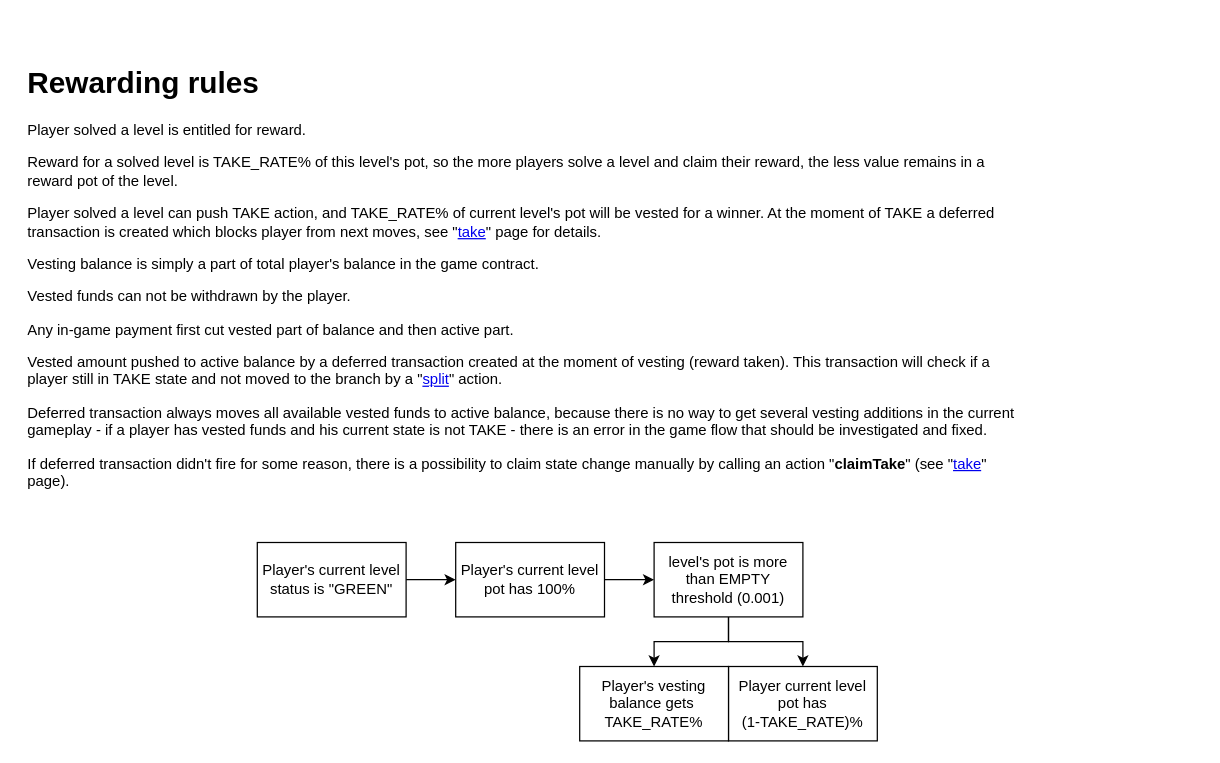
The draw.io diagram page "rewarding" (10 of 13) of ia/WOFFLER IA.drawio in cptn-solo/woffler_contract, before the edit. Source tidied: cells renumbered, new cells numbered last; positions are measured from the earlier drawing's top-left corner, leaving out a move shared by most shapes. Both pictures are drawn from the tidied source at 124%, with x=0, y=0 at pixel (21, 58).
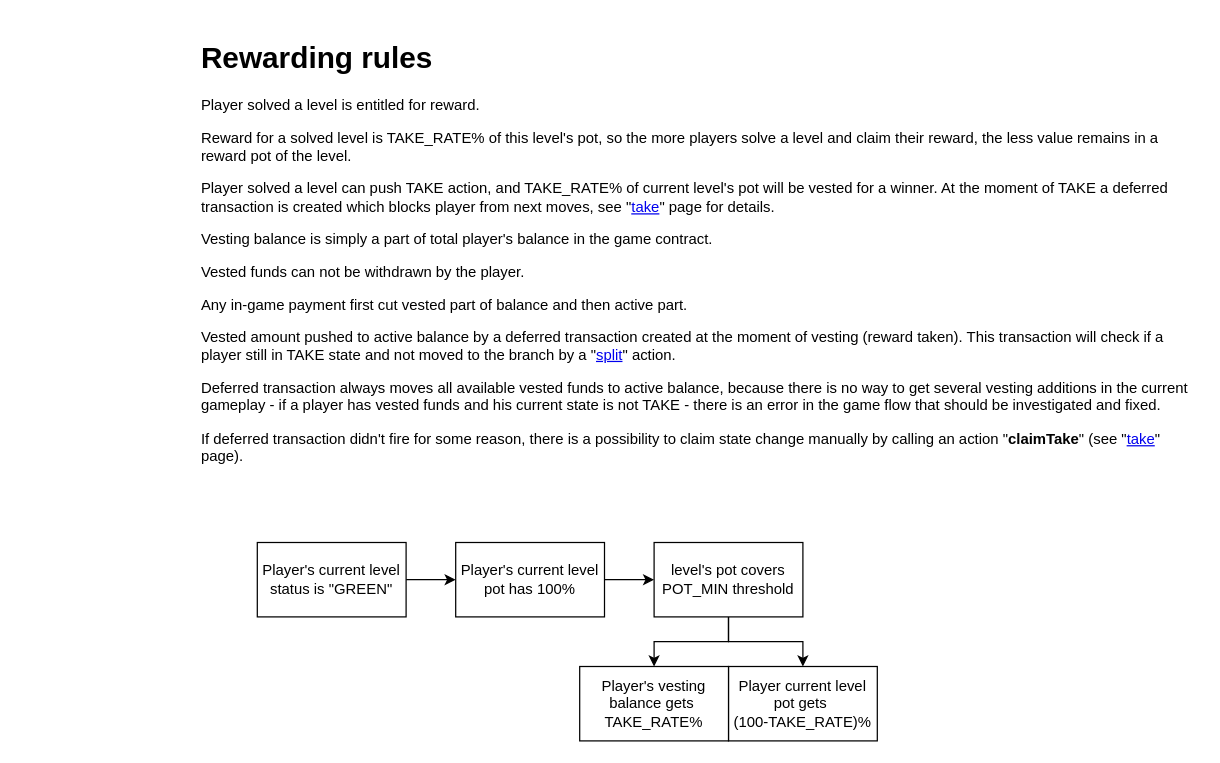
After the change.

Change to the diagram source:
```diff
@@
 <mxGraphModel>
   <root>
     <mxCell id="0" />
     <mxCell id="1" parent="0" />
     <mxCell id="2" value="&lt;h1&gt;Rewarding rules&lt;br&gt;&lt;/h1&gt;&lt;p&gt;Player solved a level is entitled for reward.&lt;/p&gt;&lt;p&gt;Reward for a solved level is TAKE_RATE% of this level's pot, so the more players solve a level and claim their reward, the less value remains in a reward pot of the level.&amp;nbsp;&lt;/p&gt;&lt;p&gt;&lt;span&gt;Player solved a level&amp;nbsp;&lt;/span&gt;&lt;span&gt;can push TAKE action, and TAKE_RATE% of current level's pot will be vested for a winner. At the moment of TAKE a deferred transaction is created which blocks player from next moves, see &quot;&lt;a href=&quot;data:page/id,HRQX-2oaHEefD7UFK7ff&quot;&gt;take&lt;/a&gt;&quot; page for details.&lt;/span&gt;&lt;br&gt;&lt;/p&gt;&lt;p&gt;&lt;span&gt;Vesting balance is simply a part of total player's balance in the game contract.&amp;nbsp;&lt;/span&gt;&lt;br&gt;&lt;/p&gt;&lt;p&gt;Vested funds can not be withdrawn by the player.&lt;/p&gt;&lt;p&gt;Any in-game payment first cut vested part of balance and then active part.&lt;/p&gt;&lt;p&gt;Vested amount pushed to active balance by a deferred transaction created at the moment of vesting (reward taken). This transaction will check if a player still in TAKE state and not moved to the branch by a &quot;&lt;a href=&quot;data:page/id,RZN9b7-a2ACqxdP8axuu&quot;&gt;split&lt;/a&gt;&quot; action.&lt;/p&gt;&lt;p&gt;Deferred transaction always moves all available vested funds to active balance, because there is no way to get several vesting additions in the current gameplay - if a player has vested funds and his current state is not TAKE - there is an error in the game flow that should be investigated and fixed.&lt;/p&gt;&lt;p&gt;If deferred transaction didn't fire for some reason, there is a possibility to claim state change manually by calling an action &quot;&lt;b&gt;claimTake&lt;/b&gt;&quot; (see &quot;&lt;a href=&quot;data:page/id,HRQX-2oaHEefD7UFK7ff&quot;&gt;take&lt;/a&gt;&quot; page).&lt;/p&gt;&lt;p&gt;&lt;br&gt;&lt;/p&gt;&lt;p&gt;&lt;br&gt;&lt;/p&gt;" style="text;html=1;strokeColor=none;fillColor=none;spacing=5;spacingTop=-20;whiteSpace=wrap;overflow=hidden;rounded=0;fontColor=#000000;" parent="1" vertex="1">
-      <mxGeometry width="810" height="360" as="geometry" />
+      <mxGeometry x="140" y="-20" width="810" height="360" as="geometry" />
     </mxCell>
     <mxCell id="3" style="edgeStyle=orthogonalEdgeStyle;rounded=0;jettySize=auto;html=1;fontSize=11;fontColor=#000000;" parent="1" edge="1" source="4" target="8">
       <mxGeometry relative="1" as="geometry" />
     </mxCell>
     <mxCell id="4" value="Player's current level status is &quot;GREEN&quot;" style="rounded=0;whiteSpace=wrap;html=1;" parent="1" vertex="1">
       <mxGeometry x="190" y="390" width="120" height="60" as="geometry" />
     </mxCell>
     <mxCell id="5" style="edgeStyle=orthogonalEdgeStyle;rounded=0;jettySize=auto;html=1;" parent="1" edge="1" source="9" target="10">
       <mxGeometry relative="1" as="geometry" />
     </mxCell>
     <mxCell id="6" style="edgeStyle=orthogonalEdgeStyle;rounded=0;jettySize=auto;html=1;" parent="1" edge="1" source="9" target="11">
       <mxGeometry relative="1" as="geometry" />
     </mxCell>
     <mxCell id="7" style="edgeStyle=orthogonalEdgeStyle;rounded=0;jettySize=auto;html=1;fontSize=11;fontColor=#000000;" parent="1" edge="1" source="8" target="9">
       <mxGeometry relative="1" as="geometry" />
     </mxCell>
     <mxCell id="8" value="Player's current level pot has 100%" style="rounded=0;whiteSpace=wrap;html=1;" parent="1" vertex="1">
       <mxGeometry x="350" y="390" width="120" height="60" as="geometry" />
     </mxCell>
-    <mxCell id="9" value="level's pot is more than EMPTY threshold (0.001)" style="rounded=0;whiteSpace=wrap;html=1;" parent="1" vertex="1">
+    <mxCell id="9" value="level's pot covers POT_MIN threshold" style="rounded=0;whiteSpace=wrap;html=1;" parent="1" vertex="1">
       <mxGeometry x="510" y="390" width="120" height="60" as="geometry" />
     </mxCell>
-    <mxCell id="10" value="Player current level pot has &lt;br&gt;(1-TAKE_RATE)%" style="rounded=0;whiteSpace=wrap;html=1;" parent="1" vertex="1">
+    <mxCell id="10" value="Player current level pot gets&amp;nbsp;&lt;br&gt;(100-TAKE_RATE)%" style="rounded=0;whiteSpace=wrap;html=1;" parent="1" vertex="1">
       <mxGeometry x="570" y="490" width="120" height="60" as="geometry" />
     </mxCell>
     <mxCell id="11" value="Player's vesting balance&amp;nbsp;gets&amp;nbsp;&lt;br&gt;&lt;span&gt;TAKE_RATE&lt;/span&gt;%" style="rounded=0;whiteSpace=wrap;html=1;" parent="1" vertex="1">
       <mxGeometry x="450" y="490" width="120" height="60" as="geometry" />
     </mxCell>
   </root>
 </mxGraphModel>
```
